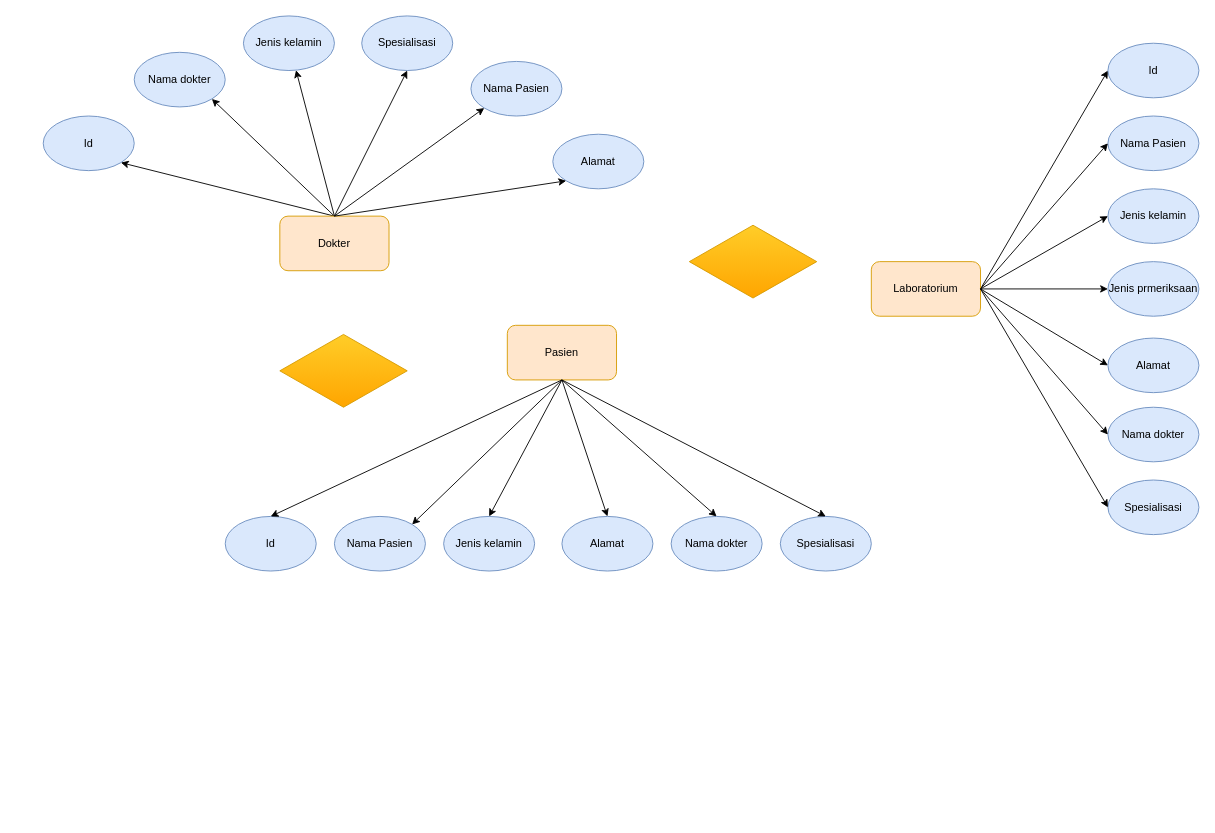
The draw.io diagram pertemuan2/pertemuan2 .drawio in Nurrohman10/IF214002, before the edit. Source tidied: cells renumbered, new cells numbered last; positions are measured from the earlier drawing's top-left corner, leaving out a move shared by most shapes. Both pictures are drawn from the tidied source at 91%, with x=0, y=0 at pixel (43, 15).
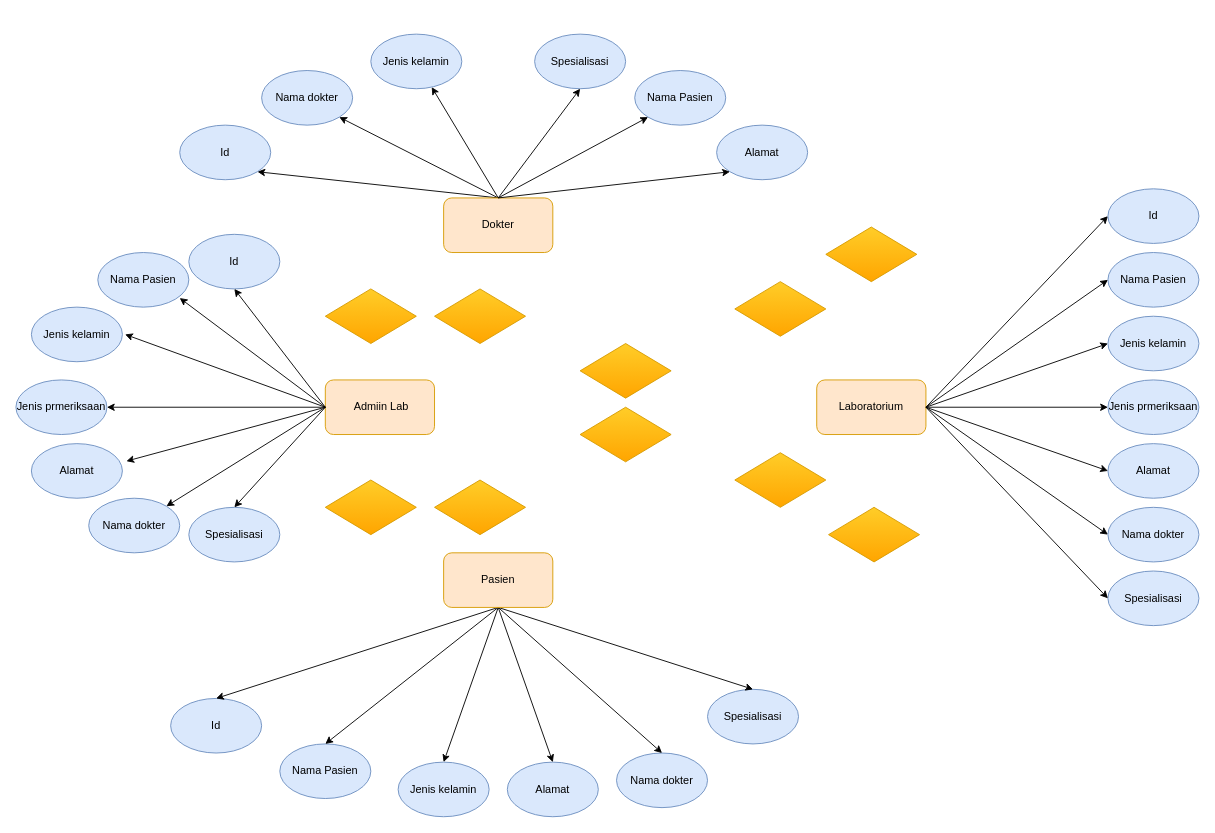
Above is the later version.

Diff of the diagram source:
```diff
@@
     <mxCell id="5" value="Dokter" style="rounded=1;whiteSpace=wrap;html=1;fillColor=#ffe6cc;strokeColor=#d79b00;" parent="1" vertex="1">
-      <mxGeometry x="260" y="220" width="120" height="60" as="geometry" />
+      <mxGeometry x="440" y="200" width="120" height="60" as="geometry" />
     </mxCell>
     <mxCell id="6" value="Id" style="ellipse;whiteSpace=wrap;html=1;strokeColor=#6c8ebf;fillColor=#dae8fc;" parent="1" vertex="1">
-      <mxGeometry y="110" width="100" height="60" as="geometry" />
+      <mxGeometry x="150" y="120" width="100" height="60" as="geometry" />
     </mxCell>
     <mxCell id="7" value="Nama dokter" style="ellipse;whiteSpace=wrap;html=1;strokeColor=#6c8ebf;fillColor=#dae8fc;" parent="1" vertex="1">
-      <mxGeometry x="100" y="40" width="100" height="60" as="geometry" />
+      <mxGeometry x="240" y="60" width="100" height="60" as="geometry" />
     </mxCell>
     <mxCell id="8" value="Jenis kelamin" style="ellipse;whiteSpace=wrap;html=1;strokeColor=#6c8ebf;fillColor=#dae8fc;" parent="1" vertex="1">
-      <mxGeometry x="220" width="100" height="60" as="geometry" />
+      <mxGeometry x="360" y="20" width="100" height="60" as="geometry" />
     </mxCell>
     <mxCell id="9" value="Spesialisasi" style="ellipse;whiteSpace=wrap;html=1;strokeColor=#6c8ebf;fillColor=#dae8fc;" parent="1" vertex="1">
-      <mxGeometry x="350" width="100" height="60" as="geometry" />
+      <mxGeometry x="540" y="20" width="100" height="60" as="geometry" />
     </mxCell>
     <mxCell id="10" value="Nama Pasien" style="ellipse;whiteSpace=wrap;html=1;strokeColor=#6c8ebf;fillColor=#dae8fc;" parent="1" vertex="1">
-      <mxGeometry x="470" y="50" width="100" height="60" as="geometry" />
+      <mxGeometry x="650" y="60" width="100" height="60" as="geometry" />
     </mxCell>
     <mxCell id="11" value="Alamat" style="ellipse;whiteSpace=wrap;html=1;strokeColor=#6c8ebf;fillColor=#dae8fc;" parent="1" vertex="1">
-      <mxGeometry x="560" y="130" width="100" height="60" as="geometry" />
+      <mxGeometry x="740" y="120" width="100" height="60" as="geometry" />
     </mxCell>
@@
-    <mxCell id="15" value="Pasien" style="rounded=1;whiteSpace=wrap;html=1;fillColor=#ffe6cc;strokeColor=#d79b00;" parent="1" vertex="1">
-      <mxGeometry x="510" y="340" width="120" height="60" as="geometry" />
-    </mxCell>
     <mxCell id="16" value="Id" style="ellipse;whiteSpace=wrap;html=1;strokeColor=#6c8ebf;fillColor=#dae8fc;" parent="1" vertex="1">
-      <mxGeometry x="200" y="550" width="100" height="60" as="geometry" />
+      <mxGeometry x="140" y="750" width="100" height="60" as="geometry" />
     </mxCell>
     <mxCell id="17" value="Nama dokter" style="ellipse;whiteSpace=wrap;html=1;strokeColor=#6c8ebf;fillColor=#dae8fc;" parent="1" vertex="1">
-      <mxGeometry x="690" y="550" width="100" height="60" as="geometry" />
+      <mxGeometry x="630" y="810" width="100" height="60" as="geometry" />
     </mxCell>
     <mxCell id="18" value="Jenis kelamin" style="ellipse;whiteSpace=wrap;html=1;strokeColor=#6c8ebf;fillColor=#dae8fc;" parent="1" vertex="1">
-      <mxGeometry x="440" y="550" width="100" height="60" as="geometry" />
+      <mxGeometry x="390" y="820" width="100" height="60" as="geometry" />
     </mxCell>
     <mxCell id="19" value="Nama Pasien" style="ellipse;whiteSpace=wrap;html=1;strokeColor=#6c8ebf;fillColor=#dae8fc;" parent="1" vertex="1">
-      <mxGeometry x="320" y="550" width="100" height="60" as="geometry" />
+      <mxGeometry x="260" y="800" width="100" height="60" as="geometry" />
     </mxCell>
     <mxCell id="20" value="Alamat" style="ellipse;whiteSpace=wrap;html=1;strokeColor=#6c8ebf;fillColor=#dae8fc;" parent="1" vertex="1">
-      <mxGeometry x="570" y="550" width="100" height="60" as="geometry" />
+      <mxGeometry x="510" y="820" width="100" height="60" as="geometry" />
     </mxCell>
     <mxCell id="21" value="Spesialisasi" style="ellipse;whiteSpace=wrap;html=1;strokeColor=#6c8ebf;fillColor=#dae8fc;" parent="1" vertex="1">
-      <mxGeometry x="810" y="550" width="100" height="60" as="geometry" />
+      <mxGeometry x="730" y="740" width="100" height="60" as="geometry" />
     </mxCell>
@@
-    <mxCell id="23" style="edgeStyle=none;rounded=0;jettySize=auto;html=1;entryX=1;entryY=0;entryDx=0;entryDy=0;exitX=0.5;exitY=1;exitDx=0;exitDy=0;" parent="1" edge="1" source="15" target="19">
+    <mxCell id="23" style="edgeStyle=none;rounded=0;jettySize=auto;html=1;entryX=0.5;entryY=0;entryDx=0;entryDy=0;exitX=0.5;exitY=1;exitDx=0;exitDy=0;" parent="1" edge="1" source="15" target="19">
       <mxGeometry relative="1" as="geometry" />
     </mxCell>
-    <mxCell id="24" style="edgeStyle=none;rounded=0;jettySize=auto;html=1;entryX=0.5;entryY=0;entryDx=0;entryDy=0;" parent="1" edge="1" target="18">
-      <mxGeometry relative="1" as="geometry">
-        <mxPoint x="570" y="400" as="sourcePoint" />
-      </mxGeometry>
+    <mxCell id="24" style="edgeStyle=none;rounded=0;jettySize=auto;html=1;entryX=0.5;entryY=0;entryDx=0;entryDy=0;exitX=0.5;exitY=1;exitDx=0;exitDy=0;" parent="1" edge="1" source="15" target="18">
+      <mxGeometry relative="1" as="geometry" />
     </mxCell>
-    <mxCell id="25" style="edgeStyle=none;rounded=0;jettySize=auto;html=1;entryX=0.5;entryY=0;entryDx=0;entryDy=0;" parent="1" edge="1" target="20">
-      <mxGeometry relative="1" as="geometry">
-        <mxPoint x="570" y="400" as="sourcePoint" />
-      </mxGeometry>
+    <mxCell id="25" style="edgeStyle=none;rounded=0;jettySize=auto;html=1;entryX=0.5;entryY=0;entryDx=0;entryDy=0;startArrow=none;exitX=0.5;exitY=1;exitDx=0;exitDy=0;" parent="1" edge="1" source="15" target="20">
+      <mxGeometry relative="1" as="geometry" />
     </mxCell>
@@
-    <mxCell id="27" style="edgeStyle=none;rounded=0;jettySize=auto;html=1;entryX=0.5;entryY=0;entryDx=0;entryDy=0;" parent="1" edge="1" target="21">
-      <mxGeometry relative="1" as="geometry">
-        <mxPoint x="570" y="400" as="sourcePoint" />
-      </mxGeometry>
+    <mxCell id="27" style="edgeStyle=none;rounded=0;jettySize=auto;html=1;entryX=0.5;entryY=0;entryDx=0;entryDy=0;exitX=0.5;exitY=1;exitDx=0;exitDy=0;" parent="1" edge="1" source="15" target="21">
+      <mxGeometry relative="1" as="geometry" />
     </mxCell>
@@
     <mxCell id="29" value="Laboratorium" style="rounded=1;whiteSpace=wrap;html=1;fillColor=#ffe6cc;strokeColor=#d79b00;" parent="1" vertex="1">
-      <mxGeometry x="910" y="270" width="120" height="60" as="geometry" />
+      <mxGeometry x="850" y="400" width="120" height="60" as="geometry" />
     </mxCell>
     <mxCell id="30" value="Id" style="ellipse;whiteSpace=wrap;html=1;strokeColor=#6c8ebf;fillColor=#dae8fc;" parent="1" vertex="1">
-      <mxGeometry x="1170" y="30" width="100" height="60" as="geometry" />
+      <mxGeometry x="1170" y="190" width="100" height="60" as="geometry" />
     </mxCell>
     <mxCell id="31" value="Nama Pasien" style="ellipse;whiteSpace=wrap;html=1;strokeColor=#6c8ebf;fillColor=#dae8fc;" parent="1" vertex="1">
-      <mxGeometry x="1170" y="110" width="100" height="60" as="geometry" />
+      <mxGeometry x="1170" y="260" width="100" height="60" as="geometry" />
     </mxCell>
     <mxCell id="32" value="Jenis kelamin" style="ellipse;whiteSpace=wrap;html=1;strokeColor=#6c8ebf;fillColor=#dae8fc;" parent="1" vertex="1">
-      <mxGeometry x="1170" y="190" width="100" height="60" as="geometry" />
+      <mxGeometry x="1170" y="330" width="100" height="60" as="geometry" />
     </mxCell>
     <mxCell id="33" value="Jenis prmeriksaan" style="ellipse;whiteSpace=wrap;html=1;strokeColor=#6c8ebf;fillColor=#dae8fc;" parent="1" vertex="1">
-      <mxGeometry x="1170" y="270" width="100" height="60" as="geometry" />
+      <mxGeometry x="1170" y="400" width="100" height="60" as="geometry" />
     </mxCell>
     <mxCell id="34" value="Alamat" style="ellipse;whiteSpace=wrap;html=1;strokeColor=#6c8ebf;fillColor=#dae8fc;" parent="1" vertex="1">
-      <mxGeometry x="1170" y="354" width="100" height="60" as="geometry" />
+      <mxGeometry x="1170" y="470" width="100" height="60" as="geometry" />
     </mxCell>
     <mxCell id="35" value="Nama dokter" style="ellipse;whiteSpace=wrap;html=1;strokeColor=#6c8ebf;fillColor=#dae8fc;" parent="1" vertex="1">
-      <mxGeometry x="1170" y="430" width="100" height="60" as="geometry" />
+      <mxGeometry x="1170" y="540" width="100" height="60" as="geometry" />
     </mxCell>
     <mxCell id="36" value="Spesialisasi" style="ellipse;whiteSpace=wrap;html=1;strokeColor=#6c8ebf;fillColor=#dae8fc;" parent="1" vertex="1">
-      <mxGeometry x="1170" y="510" width="100" height="60" as="geometry" />
+      <mxGeometry x="1170" y="610" width="100" height="60" as="geometry" />
     </mxCell>
@@
     <mxCell id="40" style="edgeStyle=none;rounded=0;jettySize=auto;html=1;entryX=0;entryY=0.5;entryDx=0;entryDy=0;" parent="1" edge="1" target="34">
       <mxGeometry relative="1" as="geometry">
-        <mxPoint x="1030" y="300" as="sourcePoint" />
+        <mxPoint x="970" y="430" as="sourcePoint" />
       </mxGeometry>
     </mxCell>
-    <mxCell id="41" style="edgeStyle=none;rounded=0;jettySize=auto;html=1;entryX=0;entryY=0.5;entryDx=0;entryDy=0;" parent="1" edge="1" target="35">
-      <mxGeometry relative="1" as="geometry">
-        <mxPoint x="1030" y="300" as="sourcePoint" />
-      </mxGeometry>
+    <mxCell id="41" style="edgeStyle=none;rounded=0;jettySize=auto;html=1;entryX=0;entryY=0.5;entryDx=0;entryDy=0;exitX=1;exitY=0.5;exitDx=0;exitDy=0;" parent="1" edge="1" source="29" target="35">
+      <mxGeometry relative="1" as="geometry" />
     </mxCell>
-    <mxCell id="42" style="edgeStyle=none;rounded=0;jettySize=auto;html=1;entryX=0;entryY=0.5;entryDx=0;entryDy=0;" parent="1" edge="1" target="36">
-      <mxGeometry relative="1" as="geometry">
-        <mxPoint x="1030" y="300" as="sourcePoint" />
-      </mxGeometry>
+    <mxCell id="42" style="edgeStyle=none;rounded=0;jettySize=auto;html=1;entryX=0;entryY=0.5;entryDx=0;entryDy=0;exitX=1;exitY=0.5;exitDx=0;exitDy=0;" parent="1" edge="1" source="29" target="36">
+      <mxGeometry relative="1" as="geometry" />
     </mxCell>
     <mxCell id="43" style="rhombus;whiteSpace=wrap;html=1;fillColor=#ffcd28;strokeColor=#d79b00;gradientColor=#ffa500;" parent="1" vertex="1">
-      <mxGeometry x="710" y="230" width="140" height="80" as="geometry" />
+      <mxGeometry x="860" y="232" width="100" height="60" as="geometry" />
     </mxCell>
-    <mxCell id="44" style="rhombus;whiteSpace=wrap;html=1;fillColor=#ffcd28;strokeColor=#d79b00;gradientColor=#ffa500;" parent="1" vertex="1">
-      <mxGeometry x="260" y="350" width="140" height="80" as="geometry" />
-    </mxCell>
+    <mxCell id="15" value="Pasien" style="rounded=1;whiteSpace=wrap;html=1;fillColor=#ffe6cc;strokeColor=#d79b00;" parent="1" vertex="1">
+      <mxGeometry x="440" y="590" width="120" height="60" as="geometry" />
+    </mxCell>
+    <mxCell id="45" value="&amp;nbsp;Admiin Lab" style="rounded=1;whiteSpace=wrap;html=1;fillColor=#ffe6cc;strokeColor=#d79b00;" parent="1" vertex="1">
+      <mxGeometry x="310" y="400" width="120" height="60" as="geometry" />
+    </mxCell>
+    <mxCell id="46" value="Id" style="ellipse;whiteSpace=wrap;html=1;strokeColor=#6c8ebf;fillColor=#dae8fc;" parent="1" vertex="1">
+      <mxGeometry x="160" y="240" width="100" height="60" as="geometry" />
+    </mxCell>
+    <mxCell id="47" value="Nama Pasien" style="ellipse;whiteSpace=wrap;html=1;strokeColor=#6c8ebf;fillColor=#dae8fc;" parent="1" vertex="1">
+      <mxGeometry x="60" y="260" width="100" height="60" as="geometry" />
+    </mxCell>
+    <mxCell id="48" value="Jenis kelamin" style="ellipse;whiteSpace=wrap;html=1;strokeColor=#6c8ebf;fillColor=#dae8fc;" parent="1" vertex="1">
+      <mxGeometry x="-13" y="320" width="100" height="60" as="geometry" />
+    </mxCell>
+    <mxCell id="49" value="Jenis prmeriksaan" style="ellipse;whiteSpace=wrap;html=1;strokeColor=#6c8ebf;fillColor=#dae8fc;" parent="1" vertex="1">
+      <mxGeometry x="-30" y="400" width="100" height="60" as="geometry" />
+    </mxCell>
+    <mxCell id="50" value="Alamat" style="ellipse;whiteSpace=wrap;html=1;strokeColor=#6c8ebf;fillColor=#dae8fc;" parent="1" vertex="1">
+      <mxGeometry x="-13" y="470" width="100" height="60" as="geometry" />
+    </mxCell>
+    <mxCell id="51" value="Nama dokter" style="ellipse;whiteSpace=wrap;html=1;strokeColor=#6c8ebf;fillColor=#dae8fc;" parent="1" vertex="1">
+      <mxGeometry x="50" y="530" width="100" height="60" as="geometry" />
+    </mxCell>
+    <mxCell id="52" value="Spesialisasi" style="ellipse;whiteSpace=wrap;html=1;strokeColor=#6c8ebf;fillColor=#dae8fc;" parent="1" vertex="1">
+      <mxGeometry x="160" y="540" width="100" height="60" as="geometry" />
+    </mxCell>
+    <mxCell id="53" style="edgeStyle=none;rounded=0;jettySize=auto;html=1;entryX=0.5;entryY=1;entryDx=0;entryDy=0;" parent="1" edge="1" target="46">
+      <mxGeometry relative="1" as="geometry">
+        <mxPoint x="310" y="430" as="sourcePoint" />
+      </mxGeometry>
+    </mxCell>
+    <mxCell id="54" style="edgeStyle=none;rounded=0;orthogonalLoop=1;jettySize=auto;html=1;entryX=0.5;entryY=1;entryDx=0;entryDy=0;" parent="1" edge="1">
+      <mxGeometry relative="1" as="geometry">
+        <mxPoint x="310" y="430" as="sourcePoint" />
+        <mxPoint x="150" y="310" as="targetPoint" />
+      </mxGeometry>
+    </mxCell>
+    <mxCell id="55" style="edgeStyle=none;rounded=0;jettySize=auto;html=1;entryX=0.5;entryY=1;entryDx=0;entryDy=0;exitX=0;exitY=0.5;exitDx=0;exitDy=0;" parent="1" edge="1" source="45">
+      <mxGeometry relative="1" as="geometry">
+        <mxPoint x="90" y="350" as="targetPoint" />
+      </mxGeometry>
+    </mxCell>
+    <mxCell id="56" style="edgeStyle=none;rounded=0;jettySize=auto;html=1;entryX=1;entryY=0.5;entryDx=0;entryDy=0;" parent="1" edge="1" target="49">
+      <mxGeometry relative="1" as="geometry">
+        <mxPoint x="310" y="430" as="sourcePoint" />
+      </mxGeometry>
+    </mxCell>
+    <mxCell id="57" style="edgeStyle=none;rounded=0;jettySize=auto;html=1;entryX=1.044;entryY=0.321;entryDx=0;entryDy=0;entryPerimeter=0;exitX=0;exitY=0.5;exitDx=0;exitDy=0;" parent="1" edge="1" source="45" target="50">
+      <mxGeometry relative="1" as="geometry" />
+    </mxCell>
+    <mxCell id="58" style="edgeStyle=none;rounded=0;jettySize=auto;html=1;entryX=1;entryY=0;entryDx=0;entryDy=0;" parent="1" edge="1" target="51">
+      <mxGeometry relative="1" as="geometry">
+        <mxPoint x="310" y="430" as="sourcePoint" />
+      </mxGeometry>
+    </mxCell>
+    <mxCell id="59" style="edgeStyle=none;rounded=0;jettySize=auto;html=1;entryX=0.5;entryY=0;entryDx=0;entryDy=0;" parent="1" edge="1" target="52">
+      <mxGeometry relative="1" as="geometry">
+        <mxPoint x="310" y="430" as="sourcePoint" />
+      </mxGeometry>
+    </mxCell>
+    <mxCell id="60" style="rhombus;whiteSpace=wrap;html=1;fillColor=#ffcd28;strokeColor=#d79b00;gradientColor=#ffa500;" parent="1" vertex="1">
+      <mxGeometry x="760" y="292" width="100" height="60" as="geometry" />
+    </mxCell>
+    <mxCell id="61" style="rhombus;whiteSpace=wrap;html=1;fillColor=#ffcd28;strokeColor=#d79b00;gradientColor=#ffa500;" parent="1" vertex="1">
+      <mxGeometry x="760" y="480" width="100" height="60" as="geometry" />
+    </mxCell>
+    <mxCell id="62" style="rhombus;whiteSpace=wrap;html=1;fillColor=#ffcd28;strokeColor=#d79b00;gradientColor=#ffa500;" parent="1" vertex="1">
+      <mxGeometry x="863" y="540" width="100" height="60" as="geometry" />
+    </mxCell>
+    <mxCell id="63" style="rhombus;whiteSpace=wrap;html=1;fillColor=#ffcd28;strokeColor=#d79b00;gradientColor=#ffa500;" parent="1" vertex="1">
+      <mxGeometry x="590" y="360" width="100" height="60" as="geometry" />
+    </mxCell>
+    <mxCell id="64" style="rhombus;whiteSpace=wrap;html=1;fillColor=#ffcd28;strokeColor=#d79b00;gradientColor=#ffa500;" parent="1" vertex="1">
+      <mxGeometry x="590" y="430" width="100" height="60" as="geometry" />
+    </mxCell>
+    <mxCell id="65" style="rhombus;whiteSpace=wrap;html=1;fillColor=#ffcd28;strokeColor=#d79b00;gradientColor=#ffa500;" parent="1" vertex="1">
+      <mxGeometry x="310" y="510" width="100" height="60" as="geometry" />
+    </mxCell>
+    <mxCell id="66" style="rhombus;whiteSpace=wrap;html=1;fillColor=#ffcd28;strokeColor=#d79b00;gradientColor=#ffa500;" parent="1" vertex="1">
+      <mxGeometry x="310" y="300" width="100" height="60" as="geometry" />
+    </mxCell>
+    <mxCell id="67" style="rhombus;whiteSpace=wrap;html=1;fillColor=#ffcd28;strokeColor=#d79b00;gradientColor=#ffa500;" parent="1" vertex="1">
+      <mxGeometry x="430" y="300" width="100" height="60" as="geometry" />
+    </mxCell>
+    <mxCell id="68" style="rhombus;whiteSpace=wrap;html=1;fillColor=#ffcd28;strokeColor=#d79b00;gradientColor=#ffa500;" parent="1" vertex="1">
+      <mxGeometry x="430" y="510" width="100" height="60" as="geometry" />
+    </mxCell>
```
